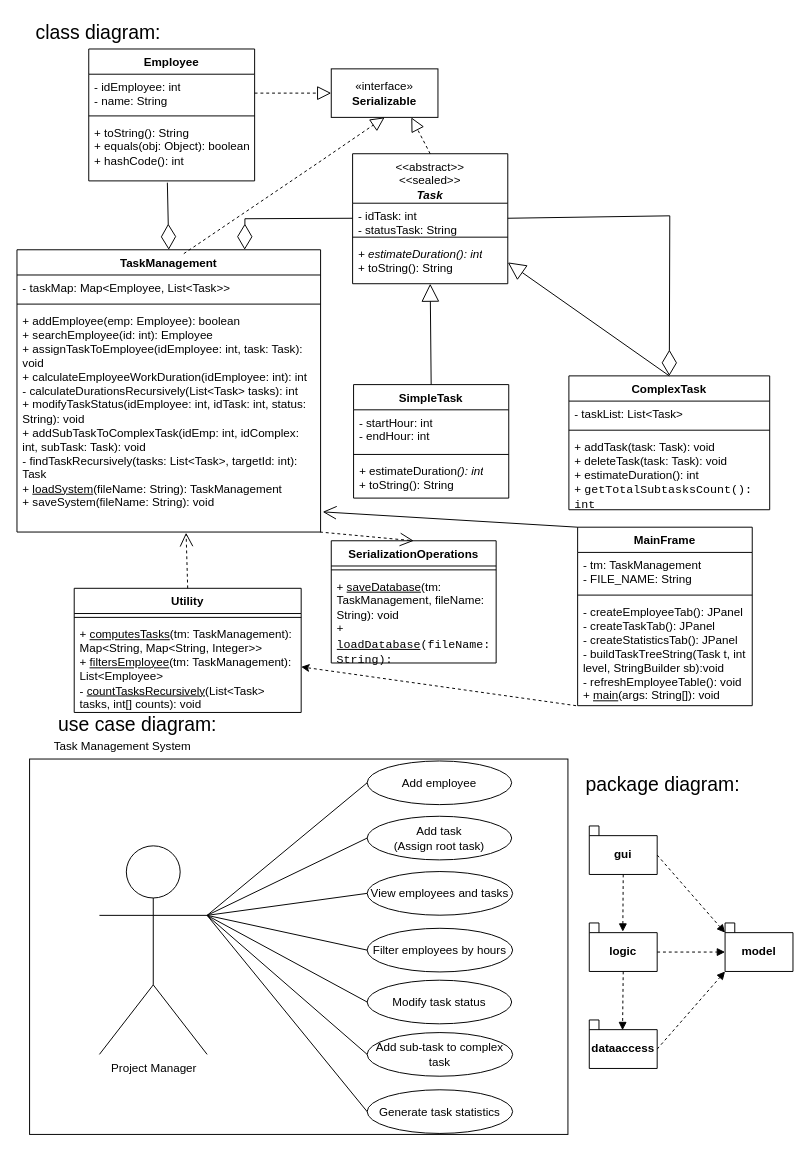
Earlier version of the draw.io diagram Package_diagram_as1.drawio (alex15g/Task-Flow-Manager). Source tidied: cells renumbered, new cells numbered last; positions are measured from the earlier drawing's top-left corner, leaving out a move shared by most shapes. Both pictures are drawn from the tidied source at 97%, with x=0, y=0 at pixel (16, 16).
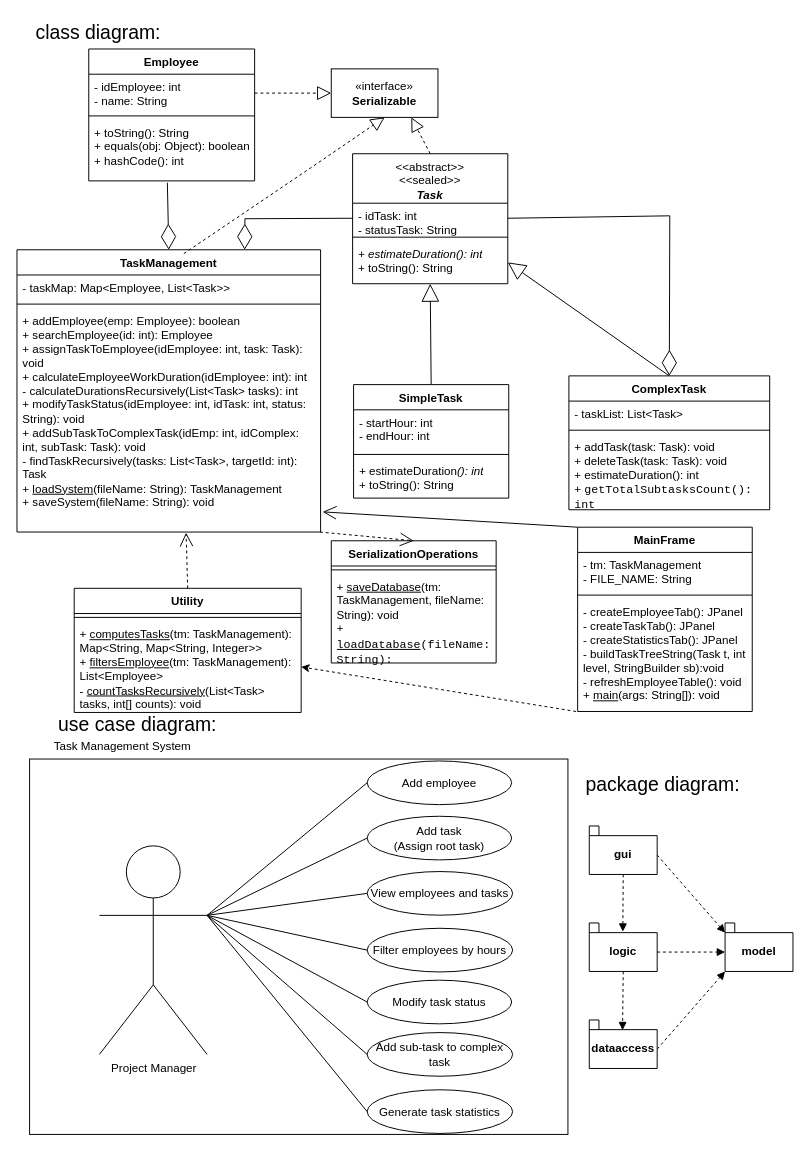
The same diagram, later.

The edit, as a diff of the source:
```diff
@@
     <mxCell id="62" value="MainFrame" style="swimlane;fontStyle=1;align=center;verticalAlign=top;horizontal=1;startSize=26;whiteSpace=wrap;html=1;" parent="1" vertex="1">
-      <mxGeometry x="578" y="526" width="180" height="184" as="geometry" />
+      <mxGeometry x="578" y="526" width="180" height="190" as="geometry" />
     </mxCell>
@@
-    <mxCell id="65" value="- createEmployeeTab(): JPanel&lt;div&gt;- createTaskTab(): JPanel&lt;/div&gt;&lt;div&gt;- createStatisticsTab(): JPanel&lt;/div&gt;&lt;div&gt;- buildTaskTreeString(Task t, int level, StringBuilder sb):void&lt;/div&gt;&lt;div&gt;- refreshEmployeeTable(): void&lt;/div&gt;&lt;div&gt;+ &lt;u&gt;main&lt;/u&gt;(args: String[]): void&lt;/div&gt;" style="text;strokeColor=none;fillColor=none;align=left;verticalAlign=top;spacingLeft=4;spacingRight=4;overflow=hidden;points=[[0,0.5],[1,0.5]];portConstraint=eastwest;whiteSpace=wrap;html=1;" parent="62" vertex="1">
-      <mxGeometry y="74" width="180" height="110" as="geometry" />
+    <mxCell id="65" value="- createEmployeeTab(): JPanel&lt;div&gt;- createTaskTab(): JPanel&lt;/div&gt;&lt;div&gt;- createStatisticsTab(): JPanel&lt;/div&gt;&lt;div&gt;- buildTaskTreeString(Task t, int level, StringBuilder sb):void&lt;/div&gt;&lt;div&gt;&lt;div style=&quot;border-color: var(--border-color); background-color: rgb(251, 251, 251);&quot;&gt;- refreshEmployeeTable(): void&lt;/div&gt;&lt;/div&gt;&lt;div&gt;+ &lt;u&gt;main&lt;/u&gt;(args: String[]): void&lt;/div&gt;" style="text;strokeColor=none;fillColor=none;align=left;verticalAlign=top;spacingLeft=4;spacingRight=4;overflow=hidden;points=[[0,0.5],[1,0.5]];portConstraint=eastwest;whiteSpace=wrap;html=1;" parent="62" vertex="1">
+      <mxGeometry y="74" width="180" height="116" as="geometry" />
     </mxCell>
```
